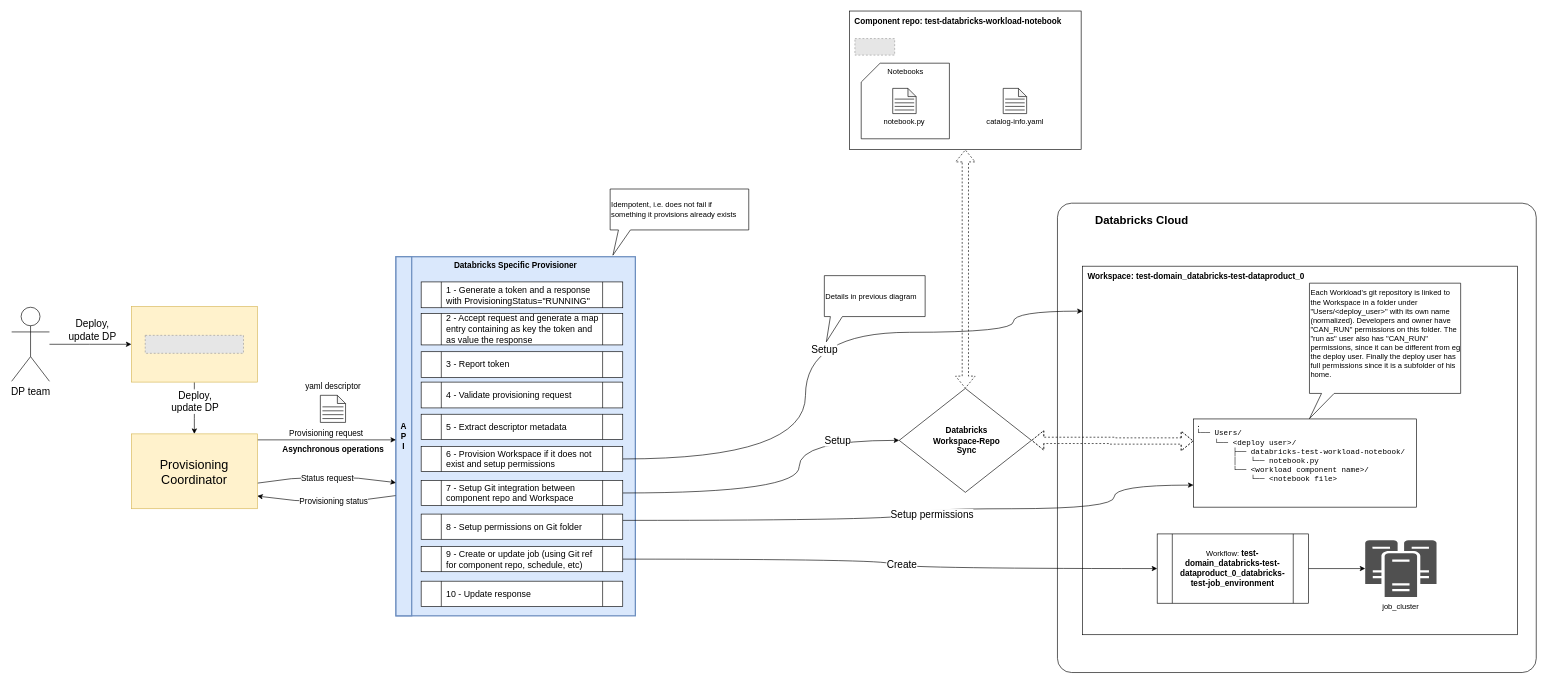
The draw.io diagram page "Workload - Job - Provisioning" (3 of 9) of docs/hld.drawio in agile-lab-dev/witboost-databricks-tech-adapter, before the edit. Source tidied: cells renumbered, new cells numbered last; positions are measured from the earlier drawing's top-left corner, leaving out a move shared by most shapes. Both pictures are drawn from the tidied source at 63%, with x=0, y=0 at pixel (11, 11). Pictures stored in the file or linked from it are replaced by grey dashed boxes.
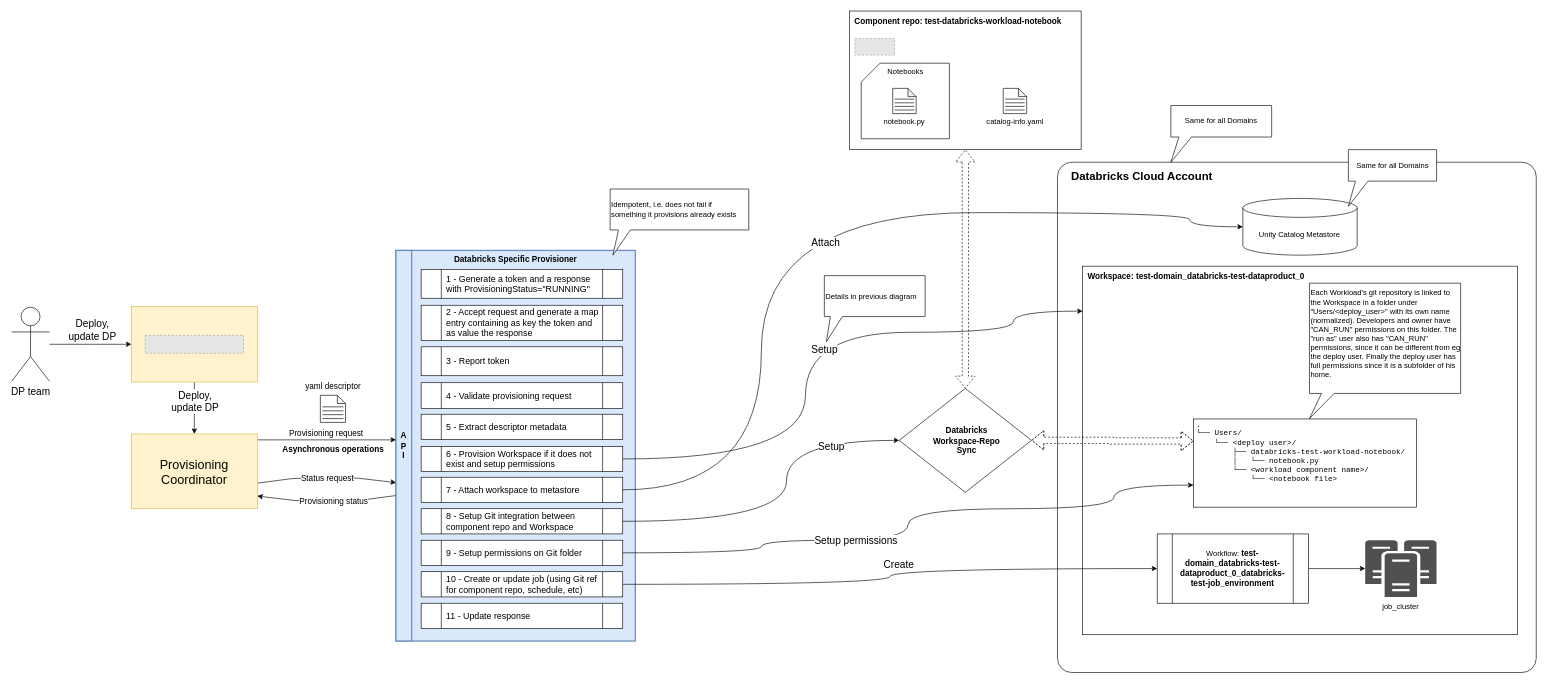
The same page after the edit.

Unchanged cells that the change refers to:
```xml
<mxCell id="48" value="&lt;pre&gt;.&lt;br&gt;└── Users/&lt;br&gt;    └── &amp;lt;deploy user&amp;gt;/&lt;br&gt;        ├── databricks-test-workload-notebook/&lt;br&gt;        │   └── notebook.py&lt;br&gt;        └── &amp;lt;workload component name&amp;gt;/&lt;br&gt;            └── &amp;lt;notebook file&amp;gt;&lt;/pre&gt;" style="text;html=1;strokeColor=default;fillColor=none;spacing=5;spacingTop=-20;whiteSpace=wrap;overflow=hidden;rounded=0;" parent="1" vertex="1">
  <mxGeometry x="1875.9" y="647.5" width="354.1" height="140" as="geometry" />
</mxCell>
<mxCell id="52" value="Databricks&lt;br&gt;Workspace-Repo&lt;br&gt;Sync" style="rhombus;whiteSpace=wrap;html=1;fontSize=13;align=center;verticalAlign=middle;rounded=0;spacing=4;fontStyle=1;spacingLeft=4;" parent="1" vertex="1">
  <mxGeometry x="1408.8" y="599" width="210" height="165" as="geometry" />
</mxCell>
```

The edit, as a diff of the source:
```diff
@@
     <mxCell id="2" style="group;" parent="1" vertex="1">
-      <mxGeometry x="610" y="210" width="380" height="750" as="geometry" />
+      <mxGeometry x="610" y="210" width="380" height="840" as="geometry" />
     </mxCell>
     <mxCell id="3" value="Databricks Specific Provisioner" style="rounded=0;whiteSpace=wrap;html=1;fontStyle=1;strokeWidth=2;fontSize=13;verticalAlign=top;fillColor=#dae8fc;strokeColor=#6c8ebf;" parent="2" vertex="1">
-      <mxGeometry y="180" width="380" height="570" as="geometry" />
+      <mxGeometry y="170" width="380" height="620" as="geometry" />
     </mxCell>
     <mxCell id="4" value="A&lt;br style=&quot;font-size: 13px;&quot;&gt;P&lt;br style=&quot;font-size: 13px;&quot;&gt;I" style="rounded=0;whiteSpace=wrap;html=1;fontStyle=1;strokeWidth=2;fontSize=13;fillColor=#dae8fc;strokeColor=#6c8ebf;" parent="2" vertex="1">
-      <mxGeometry y="180" width="25" height="570" as="geometry" />
+      <mxGeometry y="170" width="25" height="620" as="geometry" />
     </mxCell>
     <mxCell id="5" value="1 - Generate a token and a response with ProvisioningStatus=&quot;RUNNING&quot;" style="shape=process;whiteSpace=wrap;html=1;backgroundOutline=1;align=left;fontSize=14;spacingLeft=6;" parent="2" vertex="1">
-      <mxGeometry x="40" y="220" width="320" height="41" as="geometry" />
+      <mxGeometry x="40" y="200" width="320" height="45.9" as="geometry" />
     </mxCell>
     <mxCell id="6" value="2 - Accept request and generate a map entry containing as key the token and as value the response&amp;nbsp;" style="shape=process;whiteSpace=wrap;html=1;backgroundOutline=1;align=left;fontSize=14;spacingLeft=6;" parent="2" vertex="1">
-      <mxGeometry x="40" y="270" width="320" height="50" as="geometry" />
+      <mxGeometry x="40" y="257" width="320" height="56" as="geometry" />
     </mxCell>
     <mxCell id="7" value="3 - Report token" style="shape=process;whiteSpace=wrap;html=1;backgroundOutline=1;align=left;fontSize=14;spacingLeft=6;" parent="2" vertex="1">
-      <mxGeometry x="40" y="330.8" width="320" height="41" as="geometry" />
+      <mxGeometry x="40" y="323" width="320" height="45.9" as="geometry" />
     </mxCell>
-    <mxCell id="8" value="10 - Update response" style="shape=process;whiteSpace=wrap;html=1;backgroundOutline=1;align=left;fontSize=14;spacingLeft=6;" parent="1" vertex="1">
-      <mxGeometry x="650" y="905" width="320" height="40" as="geometry" />
+    <mxCell id="8" value="11 - Update response" style="shape=process;whiteSpace=wrap;html=1;backgroundOutline=1;align=left;fontSize=14;spacingLeft=6;" parent="2" vertex="1">
+      <mxGeometry x="40" y="730" width="320" height="40" as="geometry" />
     </mxCell>
+    <mxCell id="34" value="10 - Create or update job (using Git ref for component repo, schedule, etc)" style="shape=process;whiteSpace=wrap;html=1;backgroundOutline=1;align=left;fontSize=14;spacingLeft=6;" parent="2" vertex="1">
+      <mxGeometry x="40" y="680" width="320" height="40" as="geometry" />
+    </mxCell>
+    <mxCell id="44" value="9 - Setup permissions on Git folder" style="shape=process;whiteSpace=wrap;html=1;backgroundOutline=1;align=left;fontSize=14;spacingLeft=6;" parent="2" vertex="1">
+      <mxGeometry x="40" y="630" width="320" height="40" as="geometry" />
+    </mxCell>
+    <mxCell id="39" value="8 - Setup Git integration between&amp;nbsp; component repo and Workspace" style="shape=process;whiteSpace=wrap;html=1;backgroundOutline=1;align=left;fontSize=14;spacingLeft=6;" parent="2" vertex="1">
+      <mxGeometry x="40" y="580" width="320" height="40" as="geometry" />
+    </mxCell>
+    <mxCell id="79" value="7 - Attach workspace to metastore" style="shape=process;whiteSpace=wrap;html=1;backgroundOutline=1;align=left;fontSize=14;spacingLeft=6;" parent="2" vertex="1">
+      <mxGeometry x="40" y="530" width="320" height="40" as="geometry" />
+    </mxCell>
+    <mxCell id="29" value="4 - Validate provisioning request" style="shape=process;whiteSpace=wrap;html=1;backgroundOutline=1;align=left;fontSize=14;spacingLeft=6;" parent="2" vertex="1">
+      <mxGeometry x="40" y="380" width="320" height="41" as="geometry" />
+    </mxCell>
     <mxCell id="9" style="rounded=1;whiteSpace=wrap;html=1;arcSize=3;fillColor=none;fontSize=13;perimeterSpacing=0;" parent="1" vertex="1">
-      <mxGeometry x="1660" y="305" width="760" height="745" as="geometry" />
+      <mxGeometry x="1660" y="240" width="760" height="810" as="geometry" />
     </mxCell>
@@
-    <mxCell id="29" value="4 - Validate provisioning request" style="shape=process;whiteSpace=wrap;html=1;backgroundOutline=1;align=left;fontSize=14;spacingLeft=6;" parent="1" vertex="1">
-      <mxGeometry x="650" y="589" width="320" height="41" as="geometry" />
-    </mxCell>
@@
-    <mxCell id="34" value="9 - Create or update job (using Git ref for component repo, schedule, etc)" style="shape=process;whiteSpace=wrap;html=1;backgroundOutline=1;align=left;fontSize=14;spacingLeft=6;" parent="1" vertex="1">
-      <mxGeometry x="650" y="850" width="320" height="40" as="geometry" />
-    </mxCell>
-    <mxCell id="35" style="edgeStyle=orthogonalEdgeStyle;rounded=0;jettySize=auto;html=1;exitX=1;exitY=0.25;exitDx=0;exitDy=0;curved=1;entryX=0;entryY=0.75;entryDx=0;entryDy=0;" parent="1" edge="1" source="44" target="48">
+    <mxCell id="35" style="edgeStyle=orthogonalEdgeStyle;rounded=0;jettySize=auto;html=1;curved=1;entryX=0;entryY=0.75;entryDx=0;entryDy=0;exitX=1;exitY=0.5;exitDx=0;exitDy=0;" parent="1" edge="1" source="44" target="48">
       <mxGeometry relative="1" as="geometry">
         <Array as="points">
-          <mxPoint x="1423" y="809" />
+          <mxPoint x="1190" y="860" />
+          <mxPoint x="1190" y="840" />
+          <mxPoint x="1423" y="840" />
           <mxPoint x="1423" y="790" />
           <mxPoint x="1750" y="790" />
           <mxPoint x="1750" y="753" />
         </Array>
       </mxGeometry>
     </mxCell>
     <mxCell id="36" value="&lt;font style=&quot;font-size: 16px;&quot;&gt;Setup permissions&lt;/font&gt;" style="edgeLabel;html=1;align=center;verticalAlign=middle;" parent="35" vertex="1">
       <mxGeometry x="0.19" y="-19" relative="1" as="geometry">
-        <mxPoint x="-63" y="-10" as="offset" />
+        <mxPoint x="-164" y="31" as="offset" />
       </mxGeometry>
     </mxCell>
     <mxCell id="37" style="edgeStyle=orthogonalEdgeStyle;rounded=0;jettySize=auto;html=1;entryX=0;entryY=0.5;entryDx=0;entryDy=0;curved=1;" parent="1" edge="1" source="39" target="52">
       <mxGeometry relative="1" as="geometry">
         <Array as="points">
-          <mxPoint x="1250" y="765" />
-          <mxPoint x="1250" y="682" />
+          <mxPoint x="1230" y="810" />
+          <mxPoint x="1230" y="682" />
         </Array>
       </mxGeometry>
     </mxCell>
     <mxCell id="38" value="&lt;font style=&quot;font-size: 16px;&quot;&gt;Setup&lt;/font&gt;" style="edgeLabel;html=1;align=center;verticalAlign=middle;" parent="37" vertex="1">
       <mxGeometry x="0.18" y="1" relative="1" as="geometry">
-        <mxPoint x="61" y="-56" as="offset" />
+        <mxPoint x="71" y="-45" as="offset" />
       </mxGeometry>
     </mxCell>
-    <mxCell id="39" value="7 - Setup Git integration between&amp;nbsp; component repo and Workspace" style="shape=process;whiteSpace=wrap;html=1;backgroundOutline=1;align=left;fontSize=14;spacingLeft=6;" parent="1" vertex="1">
-      <mxGeometry x="650" y="745" width="320" height="40" as="geometry" />
-    </mxCell>
-    <mxCell id="40" value="&lt;span style=&quot;font-size: 18px;&quot;&gt;&lt;span dir=&quot;ltr&quot; class=&quot;ui-provider cfk cfl jk cfm cfn cfo cfp cfq cfr cfs cft cfu cfv cfw cfx cfy cfz cga cgb cgc cgd cge cgf cgg cgh cgi cgj cgk cgl cgm cgn cgo cgp cgq cgr&quot; style=&quot;font-size: 18px;&quot;&gt;Databricks Cloud&lt;/span&gt;&lt;/span&gt;" style="text;whiteSpace=wrap;html=1;fontStyle=1;fontSize=18;" parent="1" vertex="1">
-      <mxGeometry x="1718" y="315" width="190" height="40" as="geometry" />
+    <mxCell id="40" value="&lt;span style=&quot;font-size: 18px;&quot;&gt;&lt;span dir=&quot;ltr&quot; class=&quot;ui-provider cfk cfl jk cfm cfn cfo cfp cfq cfr cfs cft cfu cfv cfw cfx cfy cfz cga cgb cgc cgd cge cgf cgg cgh cgi cgj cgk cgl cgm cgn cgo cgp cgq cgr&quot; style=&quot;font-size: 18px;&quot;&gt;Databricks Cloud Account&lt;/span&gt;&lt;/span&gt;&lt;div&gt;&lt;span style=&quot;font-size: 18px;&quot;&gt;&lt;span dir=&quot;ltr&quot; class=&quot;ui-provider cfk cfl jk cfm cfn cfo cfp cfq cfr cfs cft cfu cfv cfw cfx cfy cfz cga cgb cgc cgd cge cgf cgg cgh cgi cgj cgk cgl cgm cgn cgo cgp cgq cgr&quot; style=&quot;font-size: 18px;&quot;&gt;&lt;br&gt;&lt;/span&gt;&lt;/span&gt;&lt;/div&gt;" style="text;whiteSpace=wrap;html=1;fontStyle=1;fontSize=18;" parent="1" vertex="1">
+      <mxGeometry x="1680" y="245" width="264.1" height="40" as="geometry" />
     </mxCell>
@@
-    <mxCell id="44" value="8 - Setup permissions on Git folder" style="shape=process;whiteSpace=wrap;html=1;backgroundOutline=1;align=left;fontSize=14;spacingLeft=6;" parent="1" vertex="1">
-      <mxGeometry x="650" y="798.5" width="320" height="40" as="geometry" />
-    </mxCell>
@@
+    <mxCell id="80" value="Unity Catalog Metastore" style="shape=cylinder3;whiteSpace=wrap;html=1;boundedLbl=1;backgroundOutline=1;size=15;" parent="1" vertex="1">
+      <mxGeometry x="1954.3" y="297.5" width="181.4" height="90" as="geometry" />
+    </mxCell>
+    <mxCell id="81" value="&lt;div&gt;Same for all Domains&lt;/div&gt;" style="shape=callout;whiteSpace=wrap;html=1;perimeter=calloutPerimeter;position2=0;size=40;position=0.08;align=center;" parent="1" vertex="1">
+      <mxGeometry x="2121.8" y="220" width="140" height="90" as="geometry" />
+    </mxCell>
+    <mxCell id="82" value="&lt;div&gt;Same for all Domains&lt;/div&gt;" style="shape=callout;whiteSpace=wrap;html=1;perimeter=calloutPerimeter;position2=0;size=40;position=0.08;align=center;" parent="1" vertex="1">
+      <mxGeometry x="1840" y="150" width="160" height="90" as="geometry" />
+    </mxCell>
+    <mxCell id="83" style="edgeStyle=orthogonalEdgeStyle;rounded=0;jettySize=auto;html=1;entryX=0;entryY=0.5;entryDx=0;entryDy=0;entryPerimeter=0;curved=1;" parent="1" edge="1" source="79" target="80">
+      <mxGeometry relative="1" as="geometry">
+        <Array as="points">
+          <mxPoint x="1190" y="760" />
+          <mxPoint x="1190" y="320" />
+          <mxPoint x="1870" y="320" />
+          <mxPoint x="1870" y="343" />
+        </Array>
+      </mxGeometry>
+    </mxCell>
+    <mxCell id="84" value="&lt;font style=&quot;font-size: 16px;&quot;&gt;Attach&lt;/font&gt;" style="edgeLabel;html=1;align=center;verticalAlign=middle;" parent="83" vertex="1">
+      <mxGeometry x="0.05" y="-47" relative="1" as="geometry">
+        <mxPoint x="1" as="offset" />
+      </mxGeometry>
+    </mxCell>
```
